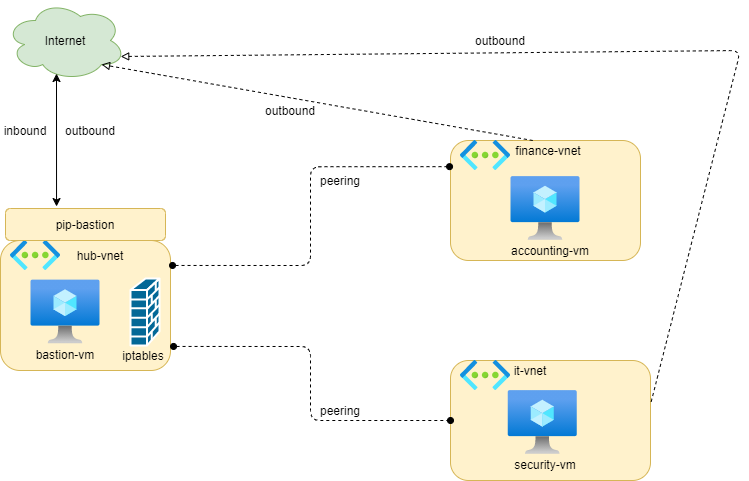
This is images/58_azure_hub_spoke.png from nhat-tong/nhat-tong.github.io, a draw.io export, as it was before one commit. Source tidied: cells renumbered, new cells last; positions are measured from the earlier drawing's top-left corner, leaving out a move shared by most shapes. Its diagram source:
```xml
<mxGraphModel>
  <root>
    <mxCell id="0" />
    <mxCell id="1" parent="0" />
    <mxCell id="2" style="rounded=1;whiteSpace=wrap;html=1;sketch=0;fillColor=#fff2cc;strokeColor=#d6b656;" parent="1" vertex="1">
      <mxGeometry y="240" width="170" height="130" as="geometry" />
    </mxCell>
    <mxCell id="3" style="html=1;align=center;image;fontSize=12;image=img/lib/azure2/networking/Virtual_Networks.svg;" parent="1" vertex="1">
      <mxGeometry x="10" y="240" width="50.2" height="30" as="geometry" />
    </mxCell>
    <mxCell id="4" value="hub-vnet" style="text;html=1;strokeColor=none;fillColor=none;align=center;verticalAlign=middle;whiteSpace=wrap;rounded=0;" parent="1" vertex="1">
      <mxGeometry x="70" y="245" width="60" height="20" as="geometry" />
    </mxCell>
    <mxCell id="5" style="rounded=1;whiteSpace=wrap;html=1;fillColor=#fff2cc;strokeColor=#d6b656;" parent="1" vertex="1">
      <mxGeometry x="450" y="140" width="190" height="120" as="geometry" />
    </mxCell>
    <mxCell id="6" style="html=1;points=[];align=center;image;fontSize=12;image=img/lib/azure2/networking/Virtual_Networks.svg;" parent="1" vertex="1">
      <mxGeometry x="460" y="140" width="50.2" height="30" as="geometry" />
    </mxCell>
    <mxCell id="7" value="finance-vnet" style="text;html=1;strokeColor=none;fillColor=none;align=center;verticalAlign=middle;whiteSpace=wrap;rounded=0;" parent="1" vertex="1">
      <mxGeometry x="507.8" y="140" width="80" height="20" as="geometry" />
    </mxCell>
    <mxCell id="8" style="rounded=1;whiteSpace=wrap;html=1;fillColor=#fff2cc;strokeColor=#d6b656;" parent="1" vertex="1">
      <mxGeometry x="450" y="360" width="200" height="120" as="geometry" />
    </mxCell>
    <mxCell id="9" style="html=1;align=center;image;fontSize=12;image=img/lib/azure2/networking/Virtual_Networks.svg;" parent="1" vertex="1">
      <mxGeometry x="460" y="360" width="50.2" height="30" as="geometry" />
    </mxCell>
    <mxCell id="10" value="it-vnet" style="text;html=1;strokeColor=none;fillColor=none;align=center;verticalAlign=middle;whiteSpace=wrap;rounded=0;" parent="1" vertex="1">
      <mxGeometry x="490" y="360" width="80" height="20" as="geometry" />
    </mxCell>
    <mxCell id="11" style="endArrow=oval;html=1;entryX=-0.005;entryY=0.218;entryDx=0;entryDy=0;entryPerimeter=0;edgeStyle=orthogonalEdgeStyle;startArrow=oval;startFill=1;endFill=1;dashed=1;exitX=1.012;exitY=0.192;exitDx=0;exitDy=0;exitPerimeter=0;" parent="1" edge="1" source="2" target="5">
      <mxGeometry relative="1" as="geometry" />
    </mxCell>
    <mxCell id="12" style="endArrow=oval;html=1;entryX=0;entryY=0.5;entryDx=0;entryDy=0;edgeStyle=orthogonalEdgeStyle;startArrow=oval;startFill=1;endFill=1;dashed=1;exitX=1.018;exitY=0.815;exitDx=0;exitDy=0;exitPerimeter=0;" parent="1" edge="1" source="2" target="8">
      <mxGeometry relative="1" as="geometry" />
    </mxCell>
    <mxCell id="13" style="html=1;align=center;image;fontSize=12;image=img/lib/azure2/compute/Virtual_Machine.svg;sketch=0;" parent="1" vertex="1">
      <mxGeometry x="30.5" y="279.5" width="69" height="64" as="geometry" />
    </mxCell>
    <mxCell id="14" style="html=1;align=center;image;fontSize=12;image=img/lib/azure2/compute/Virtual_Machine.svg;sketch=0;" parent="1" vertex="1">
      <mxGeometry x="510.5" y="176" width="69" height="64" as="geometry" />
    </mxCell>
    <mxCell id="15" style="html=1;align=center;image;fontSize=12;image=img/lib/azure2/compute/Virtual_Machine.svg;sketch=0;" parent="1" vertex="1">
      <mxGeometry x="507.8" y="390" width="69" height="64" as="geometry" />
    </mxCell>
    <mxCell id="16" value="bastion-vm" style="text;html=1;strokeColor=none;fillColor=none;align=center;verticalAlign=middle;whiteSpace=wrap;rounded=0;" parent="1" vertex="1">
      <mxGeometry x="22.2" y="343.5" width="85.5" height="20" as="geometry" />
    </mxCell>
    <mxCell id="17" value="security-vm" style="text;html=1;strokeColor=none;fillColor=none;align=center;verticalAlign=middle;whiteSpace=wrap;rounded=0;" parent="1" vertex="1">
      <mxGeometry x="502.2" y="454" width="85.5" height="20" as="geometry" />
    </mxCell>
    <mxCell id="18" value="accounting-vm" style="text;html=1;strokeColor=none;fillColor=none;align=center;verticalAlign=middle;whiteSpace=wrap;rounded=0;" parent="1" vertex="1">
      <mxGeometry x="507.2" y="240" width="85.5" height="20" as="geometry" />
    </mxCell>
    <mxCell id="19" value="Internet" style="ellipse;shape=cloud;whiteSpace=wrap;html=1;sketch=0;fillColor=#d5e8d4;strokeColor=#82b366;" parent="1" vertex="1">
      <mxGeometry x="5" width="120" height="80" as="geometry" />
    </mxCell>
    <mxCell id="20" value="pip-bastion" style="rounded=1;whiteSpace=wrap;html=1;sketch=0;fillColor=#fff2cc;strokeColor=#d6b656;" parent="1" vertex="1">
      <mxGeometry x="5" y="208" width="160" height="32" as="geometry" />
    </mxCell>
    <mxCell id="21" style="endArrow=classic;html=1;exitX=0.319;exitY=-0.062;exitDx=0;exitDy=0;exitPerimeter=0;entryX=0.425;entryY=0.913;entryDx=0;entryDy=0;entryPerimeter=0;startArrow=classic;startFill=1;endFill=1;" parent="1" edge="1" source="20" target="19">
      <mxGeometry relative="1" as="geometry" />
    </mxCell>
    <mxCell id="22" style="endArrow=none;html=1;dashed=1;entryX=0.88;entryY=0.25;entryDx=0;entryDy=0;entryPerimeter=0;exitX=0.96;exitY=0.7;exitDx=0;exitDy=0;exitPerimeter=0;startArrow=block;startFill=0;" parent="1" edge="1" source="19">
      <mxGeometry relative="1" as="geometry">
        <mxPoint x="650" y="404" as="targetPoint" />
        <Array as="points">
          <mxPoint x="740" y="50" />
        </Array>
      </mxGeometry>
    </mxCell>
    <mxCell id="23" style="endArrow=block;html=1;entryX=0.8;entryY=0.8;entryDx=0;entryDy=0;entryPerimeter=0;dashed=1;endFill=0;" parent="1" edge="1" target="19">
      <mxGeometry relative="1" as="geometry">
        <mxPoint x="532.2" y="140" as="sourcePoint" />
      </mxGeometry>
    </mxCell>
    <mxCell id="24" value="inbound" style="text;html=1;strokeColor=none;fillColor=none;align=center;verticalAlign=middle;whiteSpace=wrap;rounded=0;sketch=0;" parent="1" vertex="1">
      <mxGeometry x="5" y="120" width="40" height="20" as="geometry" />
    </mxCell>
    <mxCell id="25" value="outbound" style="text;html=1;strokeColor=none;fillColor=none;align=center;verticalAlign=middle;whiteSpace=wrap;rounded=0;sketch=0;" parent="1" vertex="1">
      <mxGeometry x="70" y="120" width="40" height="20" as="geometry" />
    </mxCell>
    <mxCell id="26" value="outbound" style="text;html=1;strokeColor=none;fillColor=none;align=center;verticalAlign=middle;whiteSpace=wrap;rounded=0;sketch=0;" parent="1" vertex="1">
      <mxGeometry x="270" y="100" width="40" height="20" as="geometry" />
    </mxCell>
    <mxCell id="27" value="outbound" style="text;html=1;strokeColor=none;fillColor=none;align=center;verticalAlign=middle;whiteSpace=wrap;rounded=0;sketch=0;" parent="1" vertex="1">
      <mxGeometry x="480" y="30" width="40" height="20" as="geometry" />
    </mxCell>
    <mxCell id="28" value="peering" style="text;html=1;strokeColor=none;fillColor=none;align=center;verticalAlign=middle;whiteSpace=wrap;rounded=0;sketch=0;" parent="1" vertex="1">
      <mxGeometry x="320" y="170" width="40" height="20" as="geometry" />
    </mxCell>
    <mxCell id="29" value="peering" style="text;html=1;strokeColor=none;fillColor=none;align=center;verticalAlign=middle;whiteSpace=wrap;rounded=0;sketch=0;" parent="1" vertex="1">
      <mxGeometry x="320" y="400" width="40" height="20" as="geometry" />
    </mxCell>
    <mxCell id="30" style="shape=mxgraph.cisco.security.firewall;html=1;dashed=0;fillColor=#036897;strokeColor=#ffffff;strokeWidth=2;verticalLabelPosition=bottom;verticalAlign=top;align=center;sketch=0;" parent="1" vertex="1">
      <mxGeometry x="130" y="278" width="29" height="67" as="geometry" />
    </mxCell>
    <mxCell id="31" value="iptables" style="text;html=1;strokeColor=none;fillColor=none;align=center;verticalAlign=middle;whiteSpace=wrap;rounded=0;" parent="1" vertex="1">
      <mxGeometry x="99.5" y="345" width="85.5" height="20" as="geometry" />
    </mxCell>
  </root>
</mxGraphModel>
```
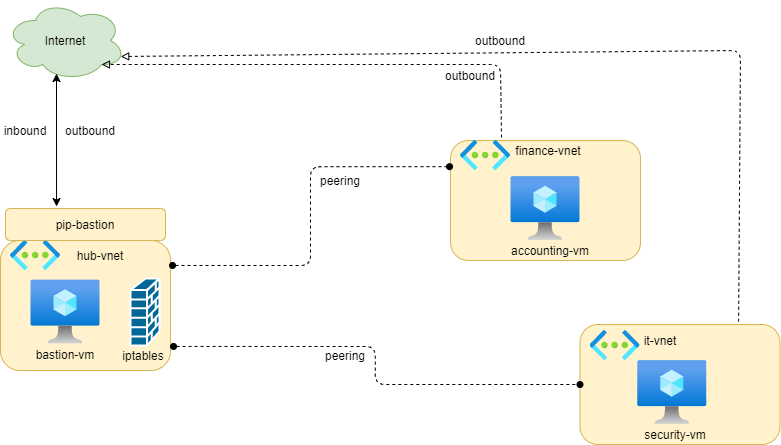
The same diagram one commit later.

What changed in the source:
```diff
@@ -21,13 +21,13 @@
       <mxGeometry x="507.8" y="140" width="80" height="20" as="geometry" />
     </mxCell>
     <mxCell id="8" style="rounded=1;whiteSpace=wrap;html=1;fillColor=#fff2cc;strokeColor=#d6b656;" parent="1" vertex="1">
-      <mxGeometry x="450" y="360" width="200" height="120" as="geometry" />
+      <mxGeometry x="579.5" y="324" width="200" height="120" as="geometry" />
     </mxCell>
     <mxCell id="9" style="html=1;align=center;image;fontSize=12;image=img/lib/azure2/networking/Virtual_Networks.svg;" parent="1" vertex="1">
-      <mxGeometry x="460" y="360" width="50.2" height="30" as="geometry" />
+      <mxGeometry x="589.5" y="330" width="50.2" height="30" as="geometry" />
     </mxCell>
     <mxCell id="10" value="it-vnet" style="text;html=1;strokeColor=none;fillColor=none;align=center;verticalAlign=middle;whiteSpace=wrap;rounded=0;" parent="1" vertex="1">
-      <mxGeometry x="490" y="360" width="80" height="20" as="geometry" />
+      <mxGeometry x="619.5" y="330" width="80" height="20" as="geometry" />
     </mxCell>
     <mxCell id="11" style="endArrow=oval;html=1;entryX=-0.005;entryY=0.218;entryDx=0;entryDy=0;entryPerimeter=0;edgeStyle=orthogonalEdgeStyle;startArrow=oval;startFill=1;endFill=1;dashed=1;exitX=1.012;exitY=0.192;exitDx=0;exitDy=0;exitPerimeter=0;" parent="1" edge="1" source="2" target="5">
       <mxGeometry relative="1" as="geometry" />
@@ -42,13 +42,13 @@
       <mxGeometry x="510.5" y="176" width="69" height="64" as="geometry" />
     </mxCell>
     <mxCell id="15" style="html=1;align=center;image;fontSize=12;image=img/lib/azure2/compute/Virtual_Machine.svg;sketch=0;" parent="1" vertex="1">
-      <mxGeometry x="507.8" y="390" width="69" height="64" as="geometry" />
+      <mxGeometry x="637.2" y="360" width="69" height="64" as="geometry" />
     </mxCell>
     <mxCell id="16" value="bastion-vm" style="text;html=1;strokeColor=none;fillColor=none;align=center;verticalAlign=middle;whiteSpace=wrap;rounded=0;" parent="1" vertex="1">
       <mxGeometry x="22.2" y="343.5" width="85.5" height="20" as="geometry" />
     </mxCell>
     <mxCell id="17" value="security-vm" style="text;html=1;strokeColor=none;fillColor=none;align=center;verticalAlign=middle;whiteSpace=wrap;rounded=0;" parent="1" vertex="1">
-      <mxGeometry x="502.2" y="454" width="85.5" height="20" as="geometry" />
+      <mxGeometry x="631.8" y="424" width="85.5" height="20" as="geometry" />
     </mxCell>
     <mxCell id="18" value="accounting-vm" style="text;html=1;strokeColor=none;fillColor=none;align=center;verticalAlign=middle;whiteSpace=wrap;rounded=0;" parent="1" vertex="1">
       <mxGeometry x="507.2" y="240" width="85.5" height="20" as="geometry" />
@@ -62,17 +62,18 @@
     <mxCell id="21" style="endArrow=classic;html=1;exitX=0.319;exitY=-0.062;exitDx=0;exitDy=0;exitPerimeter=0;entryX=0.425;entryY=0.913;entryDx=0;entryDy=0;entryPerimeter=0;startArrow=classic;startFill=1;endFill=1;" parent="1" edge="1" source="20" target="19">
       <mxGeometry relative="1" as="geometry" />
     </mxCell>
-    <mxCell id="22" style="endArrow=none;html=1;dashed=1;entryX=0.88;entryY=0.25;entryDx=0;entryDy=0;entryPerimeter=0;exitX=0.96;exitY=0.7;exitDx=0;exitDy=0;exitPerimeter=0;startArrow=block;startFill=0;" parent="1" edge="1" source="19">
+    <mxCell id="22" style="endArrow=none;html=1;dashed=1;entryX=0.793;entryY=-0.025;entryDx=0;entryDy=0;entryPerimeter=0;exitX=0.96;exitY=0.7;exitDx=0;exitDy=0;exitPerimeter=0;startArrow=block;startFill=0;" parent="1" edge="1" source="19" target="8">
       <mxGeometry relative="1" as="geometry">
-        <mxPoint x="650" y="404" as="targetPoint" />
         <Array as="points">
           <mxPoint x="740" y="50" />
         </Array>
       </mxGeometry>
     </mxCell>
-    <mxCell id="23" style="endArrow=block;html=1;entryX=0.8;entryY=0.8;entryDx=0;entryDy=0;entryPerimeter=0;dashed=1;endFill=0;" parent="1" edge="1" target="19">
+    <mxCell id="23" style="endArrow=block;html=1;entryX=0.8;entryY=0.8;entryDx=0;entryDy=0;entryPerimeter=0;dashed=1;endFill=0;exitX=0.816;exitY=-0.1;exitDx=0;exitDy=0;exitPerimeter=0;" parent="1" edge="1" source="6" target="19">
       <mxGeometry relative="1" as="geometry">
-        <mxPoint x="532.2" y="140" as="sourcePoint" />
+        <Array as="points">
+          <mxPoint x="500" y="64" />
+        </Array>
       </mxGeometry>
     </mxCell>
     <mxCell id="24" value="inbound" style="text;html=1;strokeColor=none;fillColor=none;align=center;verticalAlign=middle;whiteSpace=wrap;rounded=0;sketch=0;" parent="1" vertex="1">
@@ -82,7 +83,7 @@
       <mxGeometry x="70" y="120" width="40" height="20" as="geometry" />
     </mxCell>
     <mxCell id="26" value="outbound" style="text;html=1;strokeColor=none;fillColor=none;align=center;verticalAlign=middle;whiteSpace=wrap;rounded=0;sketch=0;" parent="1" vertex="1">
-      <mxGeometry x="270" y="100" width="40" height="20" as="geometry" />
+      <mxGeometry x="450" y="65" width="40" height="20" as="geometry" />
     </mxCell>
     <mxCell id="27" value="outbound" style="text;html=1;strokeColor=none;fillColor=none;align=center;verticalAlign=middle;whiteSpace=wrap;rounded=0;sketch=0;" parent="1" vertex="1">
       <mxGeometry x="480" y="30" width="40" height="20" as="geometry" />
@@ -91,7 +92,7 @@
       <mxGeometry x="320" y="170" width="40" height="20" as="geometry" />
     </mxCell>
     <mxCell id="29" value="peering" style="text;html=1;strokeColor=none;fillColor=none;align=center;verticalAlign=middle;whiteSpace=wrap;rounded=0;sketch=0;" parent="1" vertex="1">
-      <mxGeometry x="320" y="400" width="40" height="20" as="geometry" />
+      <mxGeometry x="325" y="345" width="40" height="20" as="geometry" />
     </mxCell>
     <mxCell id="30" style="shape=mxgraph.cisco.security.firewall;html=1;dashed=0;fillColor=#036897;strokeColor=#ffffff;strokeWidth=2;verticalLabelPosition=bottom;verticalAlign=top;align=center;sketch=0;" parent="1" vertex="1">
       <mxGeometry x="130" y="278" width="29" height="67" as="geometry" />
```
